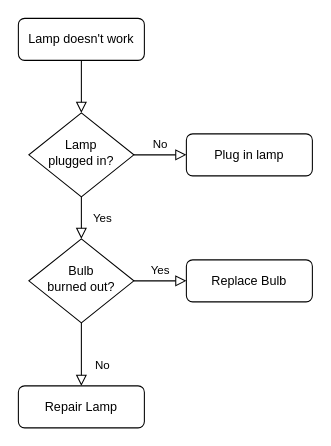
Earlier version of the draw.io diagram flowchart.drawio (masaaya6207/diagrams). Source tidied: cells renumbered, new cells numbered last; positions are measured from the earlier drawing's top-left corner, leaving out a move shared by most shapes. Both pictures are drawn from the tidied source at 105%, with x=0, y=0 at pixel (18, 18).
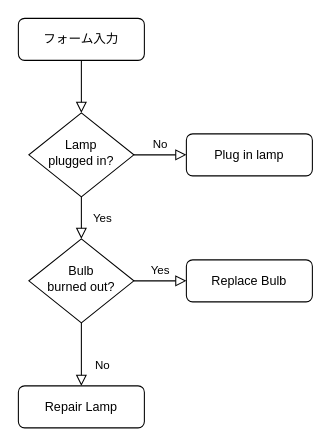
The same page after the edit.

Commit message:
flowchart.drawio を更新します

The edit, as a diff of the source:
```diff
@@
 <mxGraphModel>
   <root>
     <mxCell id="0" />
     <mxCell id="1" parent="0" />
     <mxCell id="2" style="rounded=0;html=1;jettySize=auto;fontSize=11;endArrow=block;endFill=0;endSize=8;strokeWidth=1;shadow=0;labelBackgroundColor=none;edgeStyle=orthogonalEdgeStyle;" parent="1" edge="1" source="3" target="6">
       <mxGeometry relative="1" as="geometry" />
     </mxCell>
-    <mxCell id="3" value="Lamp doesn't work" style="rounded=1;whiteSpace=wrap;html=1;fontSize=12;glass=0;strokeWidth=1;shadow=0;" parent="1" vertex="1">
+    <mxCell id="3" value="フォーム入力" style="rounded=1;whiteSpace=wrap;html=1;fontSize=12;glass=0;strokeWidth=1;shadow=0;" parent="1" vertex="1">
       <mxGeometry width="120" height="40" as="geometry" />
     </mxCell>
     <mxCell id="4" value="Yes" style="rounded=0;html=1;jettySize=auto;fontSize=11;endArrow=block;endFill=0;endSize=8;strokeWidth=1;shadow=0;labelBackgroundColor=none;edgeStyle=orthogonalEdgeStyle;" parent="1" edge="1" source="6" target="10">
       <mxGeometry y="20" relative="1" as="geometry" />
     </mxCell>
     <mxCell id="5" value="No" style="edgeStyle=orthogonalEdgeStyle;rounded=0;html=1;jettySize=auto;fontSize=11;endArrow=block;endFill=0;endSize=8;strokeWidth=1;shadow=0;labelBackgroundColor=none;" parent="1" edge="1" source="6" target="7">
       <mxGeometry y="10" relative="1" as="geometry" />
     </mxCell>
     <mxCell id="6" value="Lamp&lt;br&gt;plugged in?" style="rhombus;whiteSpace=wrap;html=1;shadow=0;fontFamily=Helvetica;fontSize=12;align=center;strokeWidth=1;spacing=6;spacingTop=-4;" parent="1" vertex="1">
       <mxGeometry x="10" y="90" width="100" height="80" as="geometry" />
     </mxCell>
     <mxCell id="7" value="Plug in lamp" style="rounded=1;whiteSpace=wrap;html=1;fontSize=12;glass=0;strokeWidth=1;shadow=0;" parent="1" vertex="1">
       <mxGeometry x="160" y="110" width="120" height="40" as="geometry" />
     </mxCell>
     <mxCell id="8" value="No" style="rounded=0;html=1;jettySize=auto;fontSize=11;endArrow=block;endFill=0;endSize=8;strokeWidth=1;shadow=0;labelBackgroundColor=none;edgeStyle=orthogonalEdgeStyle;" parent="1" edge="1" source="10" target="11">
       <mxGeometry x="0.33" y="20" relative="1" as="geometry" />
     </mxCell>
     <mxCell id="9" value="Yes" style="edgeStyle=orthogonalEdgeStyle;rounded=0;html=1;jettySize=auto;fontSize=11;endArrow=block;endFill=0;endSize=8;strokeWidth=1;shadow=0;labelBackgroundColor=none;" parent="1" edge="1" source="10" target="12">
       <mxGeometry y="10" relative="1" as="geometry" />
     </mxCell>
     <mxCell id="10" value="Bulb&lt;br&gt;burned out?" style="rhombus;whiteSpace=wrap;html=1;shadow=0;fontFamily=Helvetica;fontSize=12;align=center;strokeWidth=1;spacing=6;spacingTop=-4;" parent="1" vertex="1">
       <mxGeometry x="10" y="210" width="100" height="80" as="geometry" />
     </mxCell>
     <mxCell id="11" value="Repair Lamp" style="rounded=1;whiteSpace=wrap;html=1;fontSize=12;glass=0;strokeWidth=1;shadow=0;" parent="1" vertex="1">
       <mxGeometry y="350" width="120" height="40" as="geometry" />
     </mxCell>
     <mxCell id="12" value="Replace Bulb" style="rounded=1;whiteSpace=wrap;html=1;fontSize=12;glass=0;strokeWidth=1;shadow=0;" parent="1" vertex="1">
       <mxGeometry x="160" y="230" width="120" height="40" as="geometry" />
     </mxCell>
   </root>
 </mxGraphModel>
```
